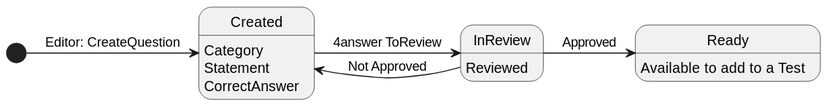
Earlier version of the PlantUML export out/doc/questionStates/QuestionStates.svg (Joselon/ProyectoOpoTest).
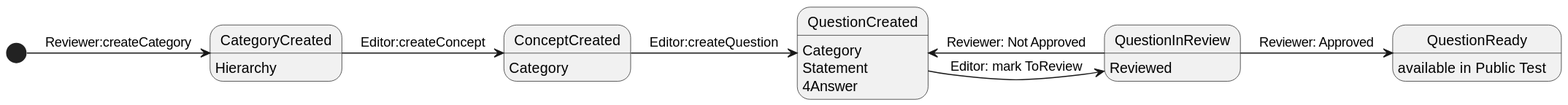
After the commit.

What changed in the source:
```diff
@@ -1,21 +1,27 @@
 @startuml QuestionStates
 
-state Created
-state InReview
-state Ready
+state CategoryCreated
+state ConceptCreated
+state QuestionCreated
+state QuestionInReview
+state QuestionReady
 
-Created :  Category
-Created : Statement
-Created : CorrectAnswer
+CategoryCreated: Hierarchy
+ConceptCreated : Category
 
-InReview : Reviewed
+QuestionCreated :  Category
+QuestionCreated : Statement
+QuestionCreated : 4Answer
 
-Ready : Available to add to a Test
+QuestionInReview : Reviewed
 
-[*] -> Created : Editor: CreateQuestion
-Created -> InReview : 4answer ToReview
-InReview -> Created : Not Approved
-InReview -> Ready : Approved
+QuestionReady : available in Public Test
 
+[*] -> CategoryCreated : Reviewer:createCategory
+CategoryCreated -> ConceptCreated : Editor:createConcept
+ConceptCreated-> QuestionCreated : Editor:createQuestion
+QuestionCreated -> QuestionInReview : Editor: mark ToReview
+QuestionInReview -> QuestionCreated : Reviewer: Not Approved
+QuestionInReview -> QuestionReady : Reviewer: Approved
 
 @enduml
```
